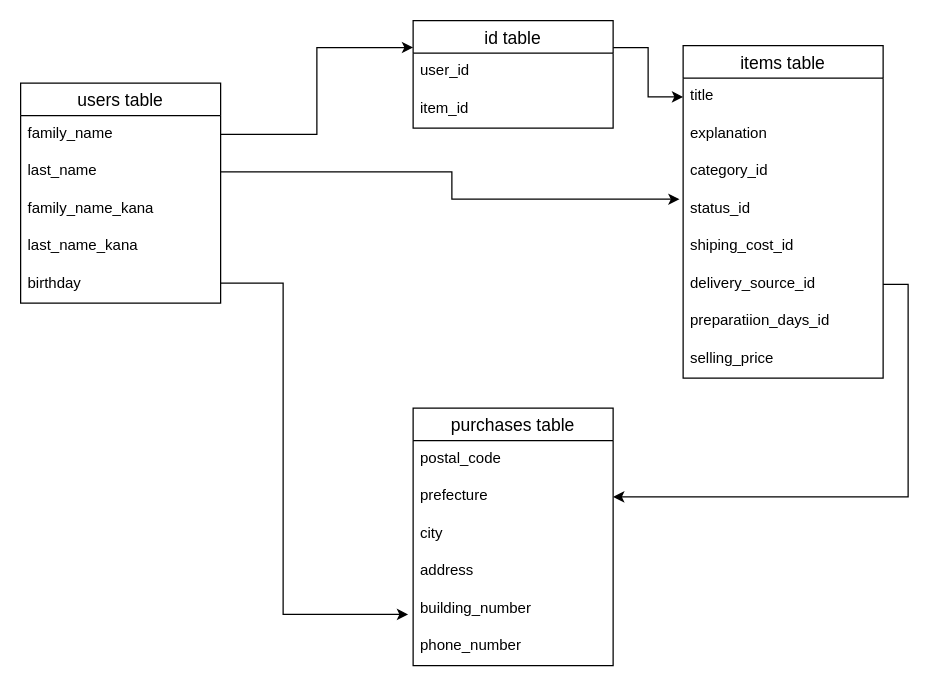
Takagineer/furima-33000 keeps this draw.io diagram as test.dio. Above is the earlier version. Source tidied: cells renumbered, new cells numbered last; positions are measured from the earlier drawing's top-left corner, leaving out a move shared by most shapes. Both pictures are drawn from the tidied source at 125%, with x=0, y=0 at pixel (20, 20).
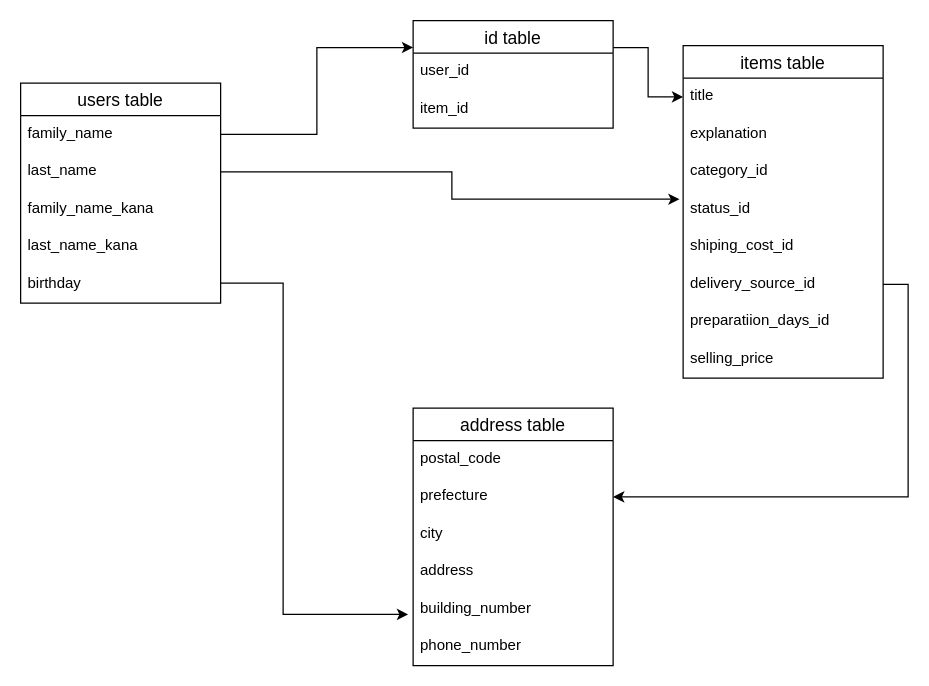
The same page after the edit.

Commit message (it also covers changes not shown here):
correct_database3

The edit, as a diff of the source:
```diff
@@
-    <mxCell id="18" value="purchases table" style="swimlane;fontStyle=0;horizontal=1;startSize=26;align=center;fontSize=14;" parent="1" vertex="1">
+    <mxCell id="18" value="address table" style="swimlane;fontStyle=0;horizontal=1;startSize=26;align=center;fontSize=14;" parent="1" vertex="1">
       <mxGeometry x="314" y="310" width="160" height="206" as="geometry" />
     </mxCell>
```
